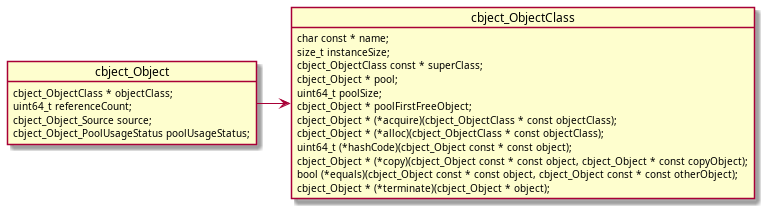
Above: docs/media/diag-object.png in alexmarincu/Cbject (PlantUML), before the change.
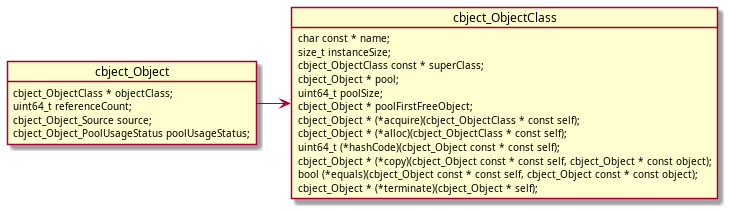
After the change.

The edit, as a diff of the source:
```diff
@@ -12,12 +12,12 @@
     cbject_Object * pool;
     uint64_t poolSize;
     cbject_Object * poolFirstFreeObject;
-    cbject_Object * (*acquire)(cbject_ObjectClass * const objectClass);
-    cbject_Object * (*alloc)(cbject_ObjectClass * const objectClass);
-    uint64_t (*hashCode)(cbject_Object const * const object);
-    cbject_Object * (*copy)(cbject_Object const * const object, cbject_Object * const copyObject);
-    bool (*equals)(cbject_Object const * const object, cbject_Object const * const otherObject);
-    cbject_Object * (*terminate)(cbject_Object * object);
+    cbject_Object * (*acquire)(cbject_ObjectClass * const self);
+    cbject_Object * (*alloc)(cbject_ObjectClass * const self);
+    uint64_t (*hashCode)(cbject_Object const * const self);
+    cbject_Object * (*copy)(cbject_Object const * const self, cbject_Object * const object);
+    bool (*equals)(cbject_Object const * const self, cbject_Object const * const object);
+    cbject_Object * (*terminate)(cbject_Object * self);
 }
 cbject_Object -r-> cbject_ObjectClass
 @enduml
```
